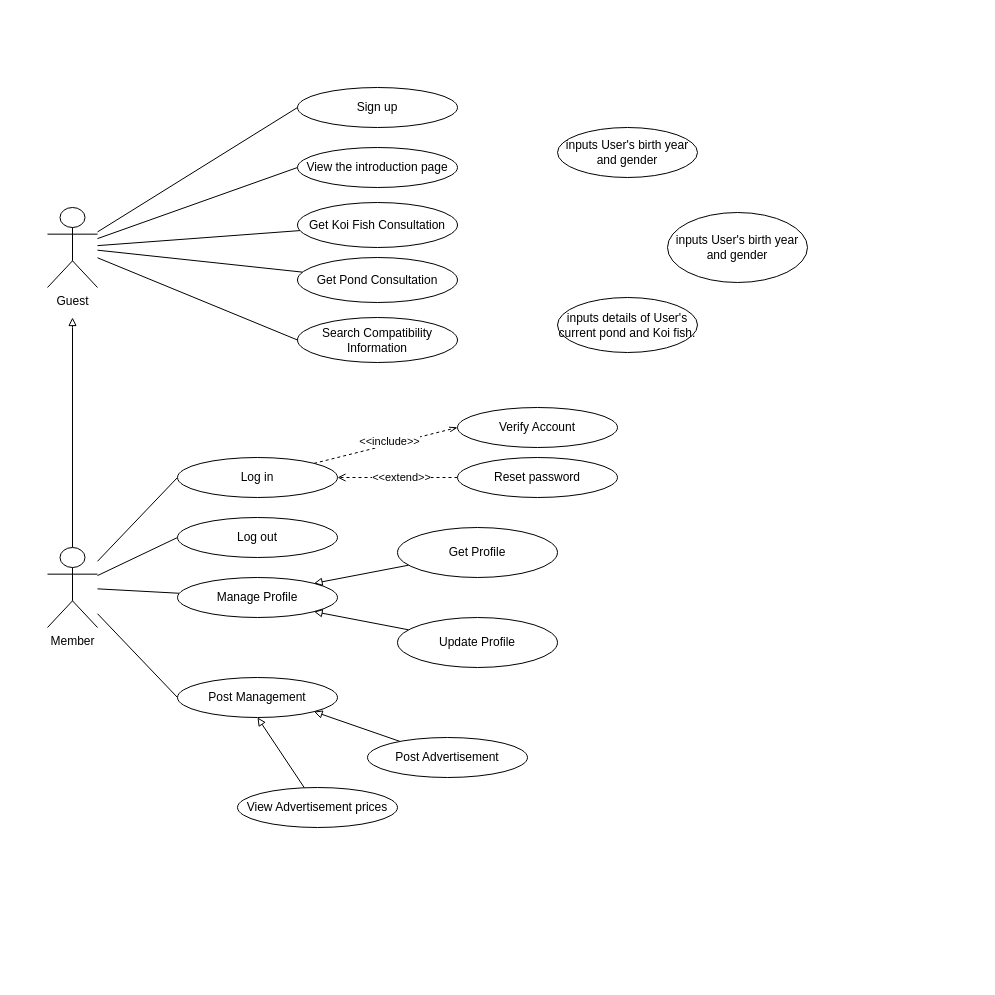
This is Doc/Use-case-diagram/Untitled Diagram.drawio from phattran2409/SWP391, a draw.io file, before an edit. Source tidied: cells renumbered, new cells numbered last; positions are measured from the earlier drawing's top-left corner, leaving out a move shared by most shapes. Both pictures are drawn from the tidied source at 100%, with x=0, y=0 at pixel (47, 87).
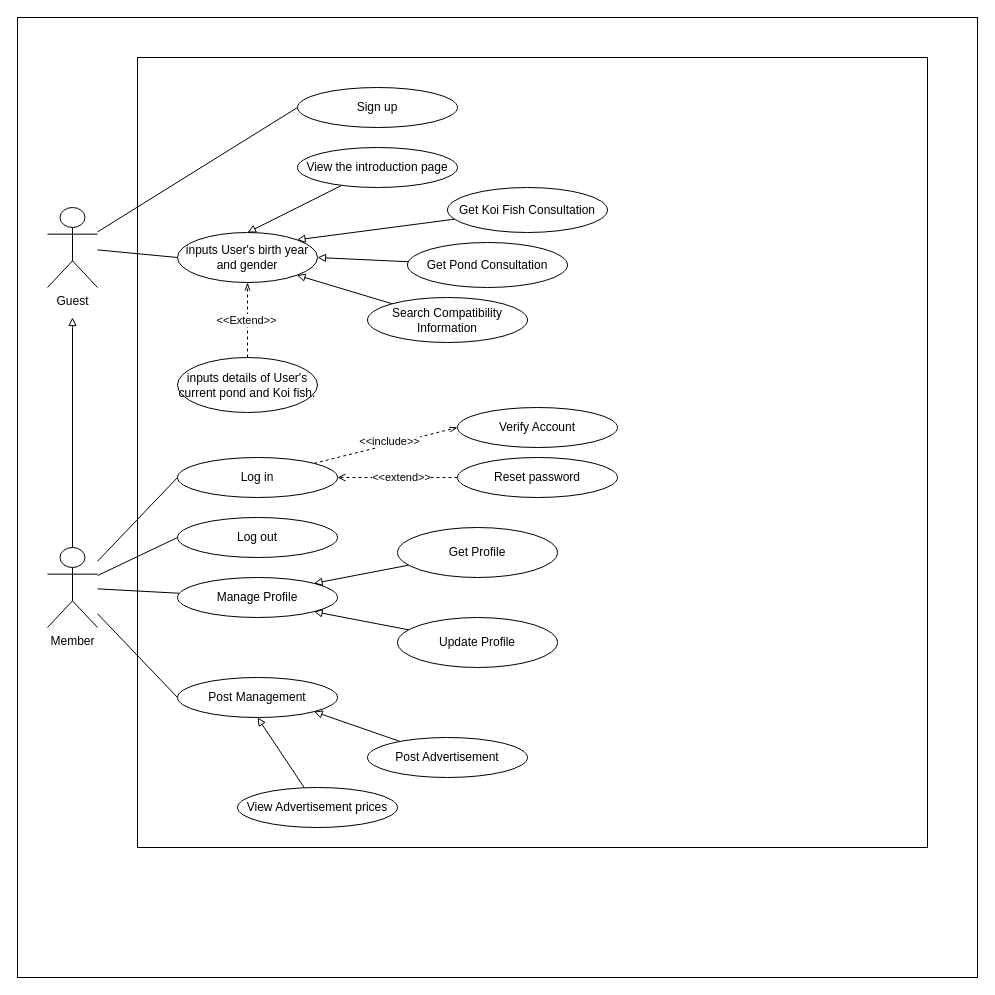
The same diagram, later.

Unchanged cells that the change refers to:
```xml
<mxCell id="7" value="Guest" style="shape=umlActor;verticalLabelPosition=bottom;verticalAlign=top;html=1;outlineConnect=0;horizontal=1;" parent="1" vertex="1">
  <mxGeometry y="120" width="50" height="80" as="geometry" />
</mxCell>
<mxCell id="15" value="View the introduction page" style="ellipse;whiteSpace=wrap;html=1;" parent="1" vertex="1">
  <mxGeometry x="250" y="60" width="160" height="40" as="geometry" />
</mxCell>
```

Change to the diagram source:
```diff
@@
+    <mxCell id="40" style="whiteSpace=wrap;html=1;" parent="1" vertex="1">
+      <mxGeometry x="-30" y="-70" width="960" height="960" as="geometry" />
+    </mxCell>
+    <mxCell id="41" style="whiteSpace=wrap;html=1;" parent="1" vertex="1">
+      <mxGeometry x="90" y="-30" width="790" height="790" as="geometry" />
+    </mxCell>
@@
-    <mxCell id="3" style="rounded=0;jettySize=auto;html=1;entryX=0;entryY=0.5;entryDx=0;entryDy=0;endArrow=none;endFill=0;" parent="1" edge="1" source="7" target="15">
-      <mxGeometry relative="1" as="geometry" />
-    </mxCell>
-    <mxCell id="4" style="rounded=0;jettySize=auto;html=1;endArrow=none;endFill=0;" parent="1" edge="1" source="7" target="16">
-      <mxGeometry relative="1" as="geometry" />
-    </mxCell>
-    <mxCell id="5" style="rounded=0;jettySize=auto;html=1;endArrow=none;endFill=0;" parent="1" edge="1" source="7" target="30">
-      <mxGeometry relative="1" as="geometry" />
-    </mxCell>
-    <mxCell id="6" style="rounded=0;jettySize=auto;html=1;entryX=0;entryY=0.5;entryDx=0;entryDy=0;endArrow=none;endFill=0;" parent="1" edge="1" source="7" target="31">
-      <mxGeometry relative="1" as="geometry" />
-    </mxCell>
+    <mxCell id="42" style="rounded=0;jettySize=auto;html=1;entryX=0;entryY=0.5;entryDx=0;entryDy=0;endArrow=none;endFill=0;" parent="1" edge="1" source="7" target="37">
+      <mxGeometry relative="1" as="geometry" />
+    </mxCell>
@@
+    <mxCell id="43" style="rounded=0;jettySize=auto;html=1;entryX=0.5;entryY=0;entryDx=0;entryDy=0;endArrow=block;endFill=0;" parent="1" edge="1" source="15" target="37">
+      <mxGeometry relative="1" as="geometry" />
+    </mxCell>
@@
+    <mxCell id="44" style="rounded=0;jettySize=auto;html=1;entryX=1;entryY=0;entryDx=0;entryDy=0;endArrow=block;endFill=0;" parent="1" edge="1" source="16" target="37">
+      <mxGeometry relative="1" as="geometry" />
+    </mxCell>
     <mxCell id="16" value="Get Koi Fish Consultation" style="ellipse;whiteSpace=wrap;html=1;" parent="1" vertex="1">
-      <mxGeometry x="250" y="115" width="160" height="45" as="geometry" />
+      <mxGeometry x="400" y="100" width="160" height="45" as="geometry" />
     </mxCell>
@@
+    <mxCell id="45" style="rounded=0;jettySize=auto;html=1;entryX=1;entryY=0.5;entryDx=0;entryDy=0;endArrow=block;endFill=0;" parent="1" edge="1" source="30" target="37">
+      <mxGeometry relative="1" as="geometry" />
+    </mxCell>
     <mxCell id="30" value="Get Pond Consultation" style="ellipse;whiteSpace=wrap;html=1;" parent="1" vertex="1">
-      <mxGeometry x="250" y="170" width="160" height="45" as="geometry" />
+      <mxGeometry x="360" y="155" width="160" height="45" as="geometry" />
     </mxCell>
+    <mxCell id="46" style="rounded=0;jettySize=auto;html=1;entryX=1;entryY=1;entryDx=0;entryDy=0;endArrow=block;endFill=0;" parent="1" edge="1" source="31" target="37">
+      <mxGeometry relative="1" as="geometry" />
+    </mxCell>
     <mxCell id="31" value="Search Compatibility Information" style="ellipse;whiteSpace=wrap;html=1;" parent="1" vertex="1">
-      <mxGeometry x="250" y="230" width="160" height="45" as="geometry" />
+      <mxGeometry x="320" y="210" width="160" height="45" as="geometry" />
     </mxCell>
@@
     <mxCell id="37" value=" inputs User's birth year and gender" style="ellipse;whiteSpace=wrap;html=1;" parent="1" vertex="1">
-      <mxGeometry x="510" y="40" width="140" height="50" as="geometry" />
+      <mxGeometry x="130" y="145" width="140" height="50" as="geometry" />
     </mxCell>
-    <mxCell id="38" value="inputs User's birth year and gender" style="ellipse;whiteSpace=wrap;html=1;" parent="1" vertex="1">
-      <mxGeometry x="620" y="125" width="140" height="70" as="geometry" />
-    </mxCell>
+    <mxCell id="47" style="rounded=0;jettySize=auto;html=1;entryX=0.5;entryY=1;entryDx=0;entryDy=0;dashed=1;endArrow=openThin;endFill=0;" parent="1" edge="1" source="39" target="37">
+      <mxGeometry relative="1" as="geometry" />
+    </mxCell>
+    <mxCell id="48" value="&amp;lt;&amp;lt;Extend&amp;gt;&amp;gt;" style="edgeLabel;html=1;align=center;verticalAlign=middle;" parent="47" vertex="1">
+      <mxGeometry x="0.01" y="2" relative="1" as="geometry" />
+    </mxCell>
     <mxCell id="39" value="inputs details of User's current pond and Koi fish." style="ellipse;whiteSpace=wrap;html=1;" parent="1" vertex="1">
-      <mxGeometry x="510" y="210" width="140" height="55" as="geometry" />
+      <mxGeometry x="130" y="270" width="140" height="55" as="geometry" />
     </mxCell>
```
